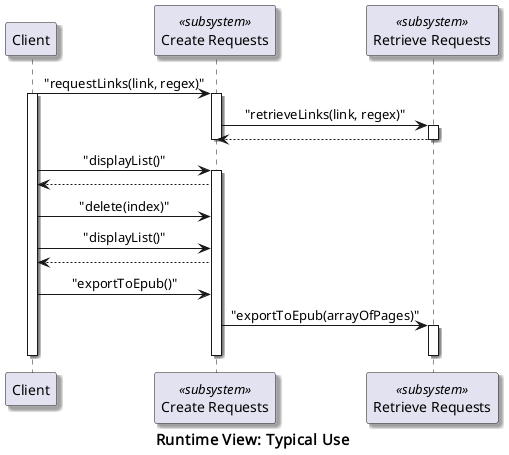
Earlier version of the PlantUML export documents/B-5.png (AlAl45643/WebtoEpubwithTor). Source of this version:
```plantuml
@startuml
skinparam shadowing true
skinparam defaulttextalignment center
skinparam participantstereotypefontsize 13
skinparam footerfontsize 15
skinparam footerFontColor black
skinparam folderstereotypefontsize 13

participant "Client" as client
participant "Create Requests" as request <<subsystem>>
participant "Retrieve Requests" as retrieve <<subsystem>>

client -> request : "requestLinks(link, regex)"
activate client
activate request
request -> retrieve : "retrieveLinks(link, regex)"
activate retrieve
retrieve --> request
deactivate request
deactivate retrieve

client -> request : "displayList()"
activate request
request --> client
client -> request : "delete(index)"
client -> request : "displayList()"
request --> client
client -> request : "exportToEpub()"
request -> retrieve : "exportToEpub(arrayOfPages)"
activate retrieve
deactivate request
deactivate retrieve
deactivate client

center footer "**Runtime View: Typical Use**"
@enduml
```
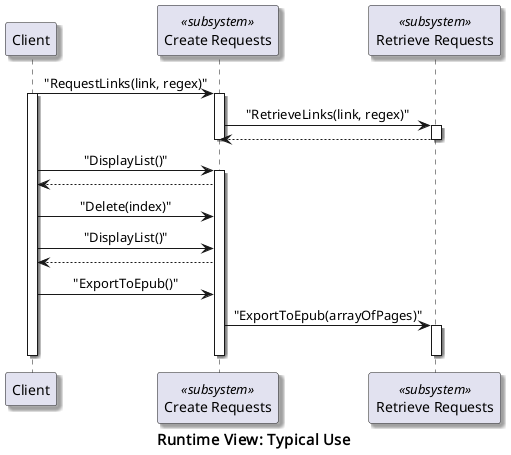
Above is the later version.

The edit, as a diff of the source:
```diff
@@ -10,26 +10,26 @@
 participant "Create Requests" as request <<subsystem>>
 participant "Retrieve Requests" as retrieve <<subsystem>>
 
-client -> request : "requestLinks(link, regex)"
+client -> request : "RequestLinks(link, regex)"
 activate client
-activate request
-request -> retrieve : "retrieveLinks(link, regex)"
-activate retrieve
-retrieve --> request
-deactivate request
-deactivate retrieve
+        activate request
+                request -> retrieve : "RetrieveLinks(link, regex)"
+                activate retrieve
+                        retrieve --> request
+                deactivate request
+        deactivate retrieve
 
-client -> request : "displayList()"
-activate request
-request --> client
-client -> request : "delete(index)"
-client -> request : "displayList()"
-request --> client
-client -> request : "exportToEpub()"
-request -> retrieve : "exportToEpub(arrayOfPages)"
-activate retrieve
-deactivate request
-deactivate retrieve
+        client -> request : "DisplayList()"
+        activate request
+                request --> client
+                client -> request : "Delete(index)"
+                client -> request : "DisplayList()"
+                request --> client
+                client -> request : "ExportToEpub()"
+                request -> retrieve : "ExportToEpub(arrayOfPages)"
+                activate retrieve
+                deactivate request
+        deactivate retrieve
 deactivate client
 
 center footer "**Runtime View: Typical Use**"
```
